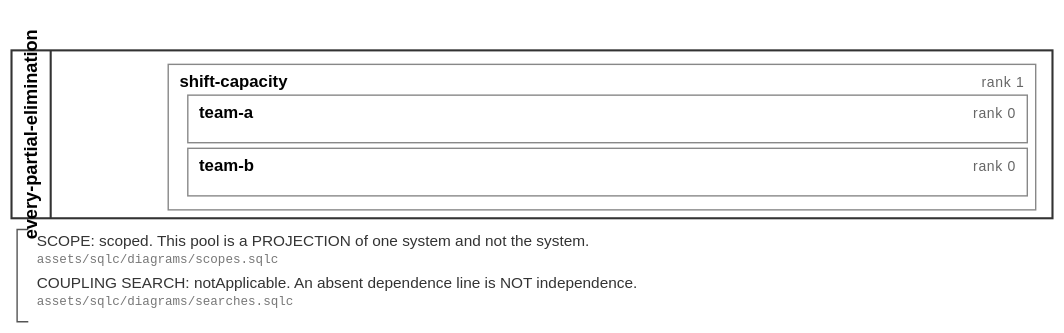
Earlier version of the BPMN export assets/svg/filings/every-partial-elimination.svg (soulstompp/process-modulus). Its source is kept beside it as assets/bpmn/filings/every-partial-elimination.bpmn. Ids are renumbered. Source of this version:
```xml
<!-- GENERATED from process-modulus by examples/diagramming/main.rs. DO NOT EDIT.
     source: the filing `every-partial-elimination`; change the model, not this file.
     laws:   assets/sqlc/diagrams/roster.sqlc -->
<definitions xmlns="http://www.omg.org/spec/BPMN/20100524/MODEL"
             xmlns:tns="urn:example:fixture:group:every-partial-elimination"
             xmlns:bpmndi="http://www.omg.org/spec/BPMN/20100524/DI"
             xmlns:dc="http://www.omg.org/spec/DD/20100524/DC"
             targetNamespace="urn:example:fixture:group:every-partial-elimination"
             id="defs_every-partial-elimination">
  <collaboration id="collab_every-partial-elimination">
    <participant id="pool_every-partial-elimination" name="every-partial-elimination" processRef="proc_every-partial-elimination"/>
  </collaboration>
  <process id="proc_every-partial-elimination" isExecutable="false">
    <documentation>pm:Stack of `every-partial-elimination`. Rendered from process-modulus; the arithmetic is not here, and how much of the system this stack holds is on the laneSet. [assets/sqlc/diagrams/pools.sqlc]</documentation>
    <laneSet id="lanes_every-partial-elimination" name="draw">
      <documentation>scope: scoped. `complete` asserts there are no other layers of this system, `scoped` says somebody established what lies outside and excluded it, `unbounded` says nobody looked. ⛔ A LANE SET CANNOT SAY WHICH, so this sentence is the only place it is said. Basis: stipulated: two teams and the layer they are parts of. The group runs more
                    than this and this document does not carry it [assets/sqlc/diagrams/scopes.sqlc]</documentation>
      <documentation>coupling search: notApplicable. `unmeasured` is nobody looked, `none` is somebody looked and found no dependence, `notApplicable` is there is no pair to couple, `stated` is the dependences drawn here. An absent line is not independence. [assets/sqlc/diagrams/searches.sqlc]</documentation>
      <lane id="lane_every-partial-elimination_shift-capacity" name="shift-capacity">
        <documentation>rank 1; nothing beneath this layer needs evaluating first at rank 0, and a higher rank waits on every arrival below it [assets/sqlc/rank/evaluation_order.sqlc]</documentation>
        <childLaneSet id="kids_every-partial-elimination_shift-capacity" name="parts">
          <lane id="lane_every-partial-elimination_team-a" name="team-a">
            <documentation>rank 0; nothing beneath this layer needs evaluating first at rank 0, and a higher rank waits on every arrival below it [assets/sqlc/rank/evaluation_order.sqlc]</documentation>
          </lane>
          <lane id="lane_every-partial-elimination_team-b" name="team-b">
            <documentation>rank 0; nothing beneath this layer needs evaluating first at rank 0, and a higher rank waits on every arrival below it [assets/sqlc/rank/evaluation_order.sqlc]</documentation>
          </lane>
        </childLaneSet>
      </lane>
    </laneSet>
    <textAnnotation id="note_every-partial-elimination_scope">
      <text>SCOPE: scoped. This pool is a PROJECTION of one system and not the system. [assets/sqlc/diagrams/scopes.sqlc]</text>
    </textAnnotation>
    <textAnnotation id="note_every-partial-elimination_search">
      <text>COUPLING SEARCH: notApplicable. An absent dependence line is NOT independence. [assets/sqlc/diagrams/searches.sqlc]</text>
    </textAnnotation>
  </process>
  <bpmndi:BPMNDiagram id="diagram_every-partial-elimination">
    <bpmndi:BPMNPlane id="plane_every-partial-elimination" bpmnElement="tns:collab_every-partial-elimination">
      <bpmndi:BPMNShape id="shape_every-partial-elimination_pool" bpmnElement="tns:pool_every-partial-elimination" isHorizontal="true">
        <dc:Bounds x="8" y="36" width="744" height="120"/>
      </bpmndi:BPMNShape>
      <bpmndi:BPMNShape id="shape_every-partial-elimination_lane_every-partial-elimination_shift-capacity" bpmnElement="tns:lane_every-partial-elimination_shift-capacity">
        <dc:Bounds x="120" y="46" width="620" height="104"/>
      </bpmndi:BPMNShape>
      <bpmndi:BPMNShape id="shape_every-partial-elimination_lane_every-partial-elimination_team-a" bpmnElement="tns:lane_every-partial-elimination_team-a">
        <dc:Bounds x="134" y="68" width="600" height="34"/>
      </bpmndi:BPMNShape>
      <bpmndi:BPMNShape id="shape_every-partial-elimination_lane_every-partial-elimination_team-b" bpmnElement="tns:lane_every-partial-elimination_team-b">
        <dc:Bounds x="134" y="106" width="600" height="34"/>
      </bpmndi:BPMNShape>
    </bpmndi:BPMNPlane>
  </bpmndi:BPMNDiagram>
</definitions>
```
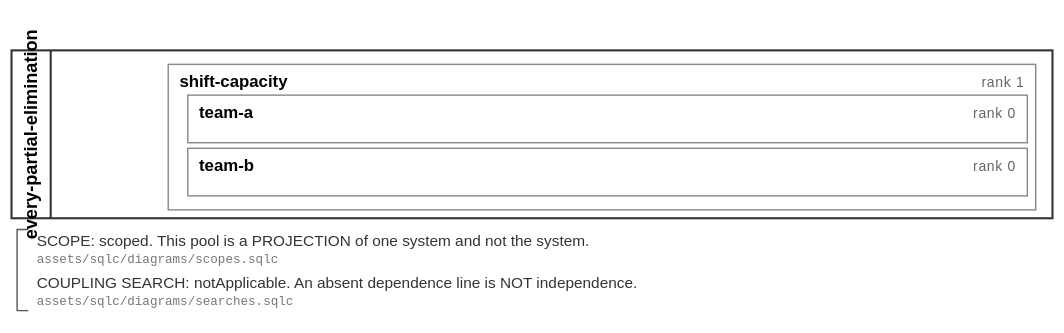
Later version of the same file.

Diff of the diagram source:
```diff
@@ -5,6 +5,7 @@
              xmlns:tns="urn:example:fixture:group:every-partial-elimination"
              xmlns:bpmndi="http://www.omg.org/spec/BPMN/20100524/DI"
              xmlns:dc="http://www.omg.org/spec/DD/20100524/DC"
+             xmlns:di="http://www.omg.org/spec/DD/20100524/DI"
              targetNamespace="urn:example:fixture:group:every-partial-elimination"
              id="defs_every-partial-elimination">
   <collaboration id="collab_every-partial-elimination">
@@ -49,6 +50,12 @@
       <bpmndi:BPMNShape id="shape_every-partial-elimination_lane_every-partial-elimination_team-b" bpmnElement="tns:lane_every-partial-elimination_team-b">
         <dc:Bounds x="134" y="106" width="600" height="34"/>
       </bpmndi:BPMNShape>
+      <bpmndi:BPMNShape id="shape_every-partial-elimination_note_every-partial-elimination_scope" bpmnElement="tns:note_every-partial-elimination_scope">
+        <dc:Bounds x="20" y="164" width="720" height="28"/>
+      </bpmndi:BPMNShape>
+      <bpmndi:BPMNShape id="shape_every-partial-elimination_note_every-partial-elimination_search" bpmnElement="tns:note_every-partial-elimination_search">
+        <dc:Bounds x="20" y="194" width="720" height="28"/>
+      </bpmndi:BPMNShape>
     </bpmndi:BPMNPlane>
   </bpmndi:BPMNDiagram>
 </definitions>
```
